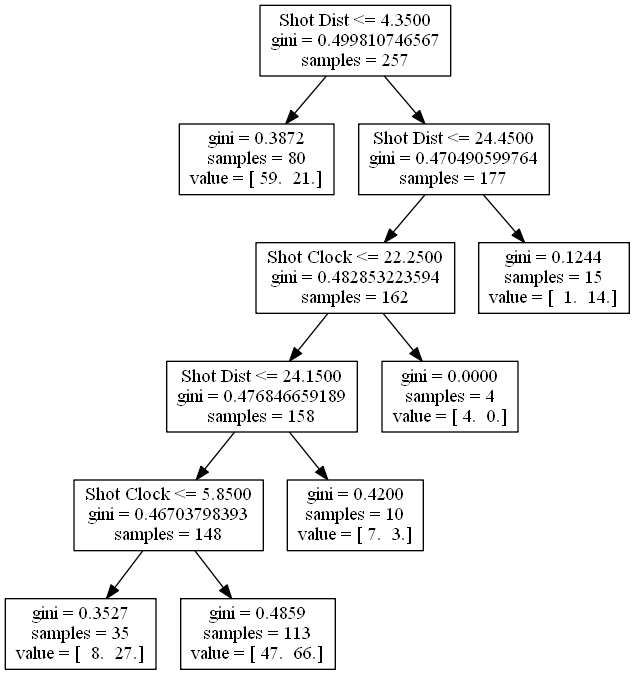
Above: jimmy_butler.png in bveber/Analyze_NBA (Graphviz), before the change. Its source is kept beside it as jimmy_butler.dot.
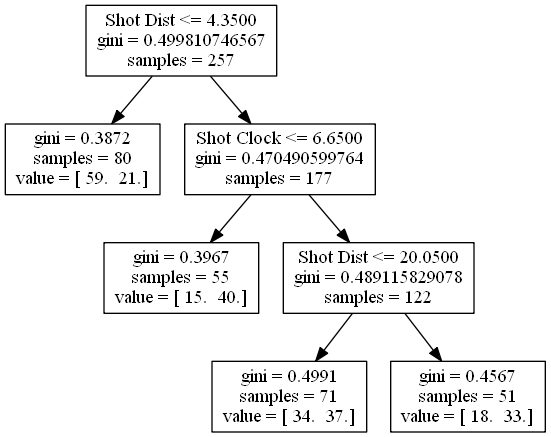
Above is the later version.

What changed in the source:
```diff
@@ -2,22 +2,14 @@
 0 [label="Shot Dist <= 4.3500\ngini = 0.499810746567\nsamples = 257", shape="box"] ;
 1 [label="gini = 0.3872\nsamples = 80\nvalue = [ 59.  21.]", shape="box"] ;
 0 -> 1 ;
-2 [label="Shot Dist <= 24.4500\ngini = 0.470490599764\nsamples = 177", shape="box"] ;
+2 [label="Shot Clock <= 6.6500\ngini = 0.470490599764\nsamples = 177", shape="box"] ;
 0 -> 2 ;
-3 [label="Shot Clock <= 22.2500\ngini = 0.482853223594\nsamples = 162", shape="box"] ;
+3 [label="gini = 0.3967\nsamples = 55\nvalue = [ 15.  40.]", shape="box"] ;
 2 -> 3 ;
-4 [label="Shot Dist <= 24.1500\ngini = 0.476846659189\nsamples = 158", shape="box"] ;
-3 -> 4 ;
-5 [label="Shot Clock <= 5.8500\ngini = 0.46703798393\nsamples = 148", shape="box"] ;
+4 [label="Shot Dist <= 20.0500\ngini = 0.489115829078\nsamples = 122", shape="box"] ;
+2 -> 4 ;
+5 [label="gini = 0.4991\nsamples = 71\nvalue = [ 34.  37.]", shape="box"] ;
 4 -> 5 ;
-6 [label="gini = 0.3527\nsamples = 35\nvalue = [  8.  27.]", shape="box"] ;
-5 -> 6 ;
-7 [label="gini = 0.4859\nsamples = 113\nvalue = [ 47.  66.]", shape="box"] ;
-5 -> 7 ;
-8 [label="gini = 0.4200\nsamples = 10\nvalue = [ 7.  3.]", shape="box"] ;
-4 -> 8 ;
-9 [label="gini = 0.0000\nsamples = 4\nvalue = [ 4.  0.]", shape="box"] ;
-3 -> 9 ;
-10 [label="gini = 0.1244\nsamples = 15\nvalue = [  1.  14.]", shape="box"] ;
-2 -> 10 ;
+6 [label="gini = 0.4567\nsamples = 51\nvalue = [ 18.  33.]", shape="box"] ;
+4 -> 6 ;
 }
```
